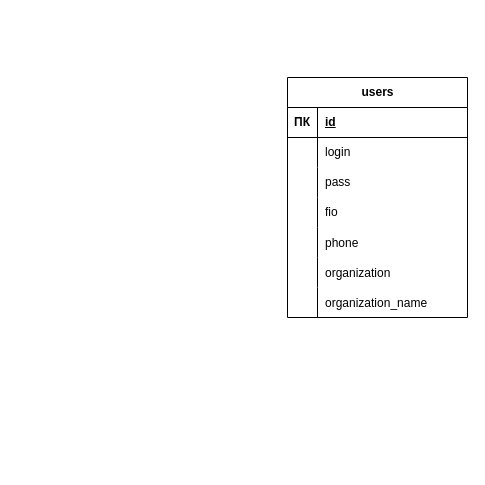
Earlier version of the draw.io diagram Диаграмма без названия.drawio (EvgenyMaksimov00700/b2bplatform). Source tidied: cells renumbered, new cells numbered last; positions are measured from the earlier drawing's top-left corner, leaving out a move shared by most shapes. Both pictures are drawn from the tidied source at 100%, with x=0, y=0 at pixel (287, 77).
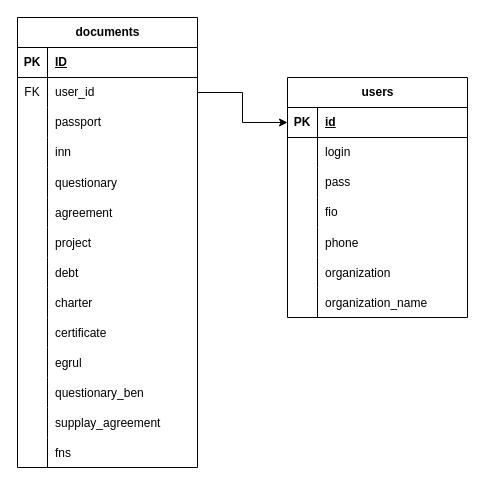
After the change.

Unchanged cells that the change refers to:
```xml
<mxCell id="3" style="shape=tableRow;horizontal=0;startSize=0;swimlaneHead=0;swimlaneBody=0;fillColor=none;points=[[0,0.5],[1,0.5]];portConstraint=eastwest;top=0;left=0;right=0;bottom=1;" parent="2" vertex="1">
  <mxGeometry y="30" width="180" height="30" as="geometry" />
</mxCell>
```

What changed in the source:
```diff
@@
-    <mxCell id="4" value="ПК" style="shape=partialRectangle;fillColor=none;top=0;left=0;bottom=0;right=0;fontStyle=1;overflow=hidden;whiteSpace=wrap;html=1;" parent="3" vertex="1">
+    <mxCell id="4" value="PK" style="shape=partialRectangle;fillColor=none;top=0;left=0;bottom=0;right=0;fontStyle=1;overflow=hidden;whiteSpace=wrap;html=1;" parent="3" vertex="1">
       <mxGeometry width="30" height="30" as="geometry" />
     </mxCell>
@@
+    <mxCell id="24" style="edgeStyle=orthogonalEdgeStyle;rounded=0;jettySize=auto;html=1;entryX=0;entryY=0.5;entryDx=0;entryDy=0;exitX=1;exitY=0.5;exitDx=0;exitDy=0;" parent="1" edge="1" source="29" target="3">
+      <mxGeometry relative="1" as="geometry" />
+    </mxCell>
+    <mxCell id="25" value="documents" style="shape=table;startSize=30;childLayout=tableLayout;rowLines=0;fontStyle=1;align=center;html=1;" parent="1" vertex="1">
+      <mxGeometry x="-270" y="-60" width="180" height="450" as="geometry" />
+    </mxCell>
+    <mxCell id="26" style="shape=tableRow;horizontal=0;startSize=0;swimlaneHead=0;swimlaneBody=0;fillColor=none;top=0;left=0;right=0;bottom=1;" parent="25" vertex="1">
+      <mxGeometry y="30" width="180" height="30" as="geometry" />
+    </mxCell>
+    <mxCell id="27" value="PK" style="shape=partialRectangle;fillColor=none;top=0;left=0;bottom=0;right=0;fontStyle=1;overflow=hidden;whiteSpace=wrap;html=1;" parent="26" vertex="1">
+      <mxGeometry width="30" height="30" as="geometry" />
+    </mxCell>
+    <mxCell id="28" value="ID" style="shape=partialRectangle;fillColor=none;top=0;left=0;bottom=0;right=0;align=left;spacingLeft=6;fontStyle=5;overflow=hidden;whiteSpace=wrap;html=1;" parent="26" vertex="1">
+      <mxGeometry x="30" width="150" height="30" as="geometry" />
+    </mxCell>
+    <mxCell id="29" style="shape=tableRow;horizontal=0;startSize=0;swimlaneHead=0;swimlaneBody=0;fillColor=none;points=[[0,0.5],[1,0.5]];portConstraint=eastwest;top=0;left=0;right=0;bottom=0;" parent="25" vertex="1">
+      <mxGeometry y="60" width="180" height="30" as="geometry" />
+    </mxCell>
+    <mxCell id="30" value="FK" style="shape=partialRectangle;fillColor=none;top=0;left=0;bottom=0;right=0;fontStyle=0;overflow=hidden;whiteSpace=wrap;html=1;" parent="29" vertex="1">
+      <mxGeometry width="30" height="30" as="geometry" />
+    </mxCell>
+    <mxCell id="31" value="user_id" style="shape=partialRectangle;fillColor=none;top=0;left=0;bottom=0;right=0;align=left;spacingLeft=6;fontStyle=0;overflow=hidden;whiteSpace=wrap;html=1;" parent="29" vertex="1">
+      <mxGeometry x="30" width="150" height="30" as="geometry" />
+    </mxCell>
+    <mxCell id="32" style="shape=tableRow;horizontal=0;startSize=0;swimlaneHead=0;swimlaneBody=0;fillColor=none;top=0;left=0;right=0;bottom=0;" parent="25" vertex="1">
+      <mxGeometry y="90" width="180" height="30" as="geometry" />
+    </mxCell>
+    <mxCell id="33" style="shape=partialRectangle;fillColor=none;top=0;left=0;bottom=0;right=0;overflow=hidden;whiteSpace=wrap;html=1;" parent="32" vertex="1">
+      <mxGeometry width="30" height="30" as="geometry" />
+    </mxCell>
+    <mxCell id="34" value="passport" style="shape=partialRectangle;fillColor=none;top=0;left=0;bottom=0;right=0;align=left;spacingLeft=6;overflow=hidden;whiteSpace=wrap;html=1;" parent="32" vertex="1">
+      <mxGeometry x="30" width="150" height="30" as="geometry" />
+    </mxCell>
+    <mxCell id="35" style="shape=tableRow;horizontal=0;startSize=0;swimlaneHead=0;swimlaneBody=0;fillColor=none;top=0;left=0;right=0;bottom=0;" parent="25" vertex="1">
+      <mxGeometry y="120" width="180" height="30" as="geometry" />
+    </mxCell>
+    <mxCell id="36" style="shape=partialRectangle;fillColor=none;top=0;left=0;bottom=0;right=0;overflow=hidden;whiteSpace=wrap;html=1;" parent="35" vertex="1">
+      <mxGeometry width="30" height="30" as="geometry" />
+    </mxCell>
+    <mxCell id="37" value="inn" style="shape=partialRectangle;fillColor=none;top=0;left=0;bottom=0;right=0;align=left;spacingLeft=6;overflow=hidden;whiteSpace=wrap;html=1;" parent="35" vertex="1">
+      <mxGeometry x="30" width="150" height="30" as="geometry" />
+    </mxCell>
+    <mxCell id="38" style="shape=tableRow;horizontal=0;startSize=0;swimlaneHead=0;swimlaneBody=0;fillColor=none;top=0;left=0;right=0;bottom=0;" parent="25" vertex="1">
+      <mxGeometry y="150" width="180" height="30" as="geometry" />
+    </mxCell>
+    <mxCell id="39" style="shape=partialRectangle;fillColor=none;top=0;left=0;bottom=0;right=0;overflow=hidden;" parent="38" vertex="1">
+      <mxGeometry width="30" height="30" as="geometry" />
+    </mxCell>
+    <mxCell id="40" value="questionary" style="shape=partialRectangle;fillColor=none;top=0;left=0;bottom=0;right=0;align=left;spacingLeft=6;overflow=hidden;" parent="38" vertex="1">
+      <mxGeometry x="30" width="150" height="30" as="geometry" />
+    </mxCell>
+    <mxCell id="41" style="shape=tableRow;horizontal=0;startSize=0;swimlaneHead=0;swimlaneBody=0;fillColor=none;top=0;left=0;right=0;bottom=0;" parent="25" vertex="1">
+      <mxGeometry y="180" width="180" height="30" as="geometry" />
+    </mxCell>
+    <mxCell id="42" style="shape=partialRectangle;fillColor=none;top=0;left=0;bottom=0;right=0;overflow=hidden;" parent="41" vertex="1">
+      <mxGeometry width="30" height="30" as="geometry" />
+    </mxCell>
+    <mxCell id="43" value="agreement" style="shape=partialRectangle;fillColor=none;top=0;left=0;bottom=0;right=0;align=left;spacingLeft=6;overflow=hidden;" parent="41" vertex="1">
+      <mxGeometry x="30" width="150" height="30" as="geometry" />
+    </mxCell>
+    <mxCell id="44" style="shape=tableRow;horizontal=0;startSize=0;swimlaneHead=0;swimlaneBody=0;fillColor=none;top=0;left=0;right=0;bottom=0;" parent="25" vertex="1">
+      <mxGeometry y="210" width="180" height="30" as="geometry" />
+    </mxCell>
+    <mxCell id="45" style="shape=partialRectangle;fillColor=none;top=0;left=0;bottom=0;right=0;overflow=hidden;" parent="44" vertex="1">
+      <mxGeometry width="30" height="30" as="geometry" />
+    </mxCell>
+    <mxCell id="46" value="project" style="shape=partialRectangle;fillColor=none;top=0;left=0;bottom=0;right=0;align=left;spacingLeft=6;overflow=hidden;" parent="44" vertex="1">
+      <mxGeometry x="30" width="150" height="30" as="geometry" />
+    </mxCell>
+    <mxCell id="47" style="shape=tableRow;horizontal=0;startSize=0;swimlaneHead=0;swimlaneBody=0;fillColor=none;top=0;left=0;right=0;bottom=0;" parent="25" vertex="1">
+      <mxGeometry y="240" width="180" height="30" as="geometry" />
+    </mxCell>
+    <mxCell id="48" style="shape=partialRectangle;fillColor=none;top=0;left=0;bottom=0;right=0;overflow=hidden;" parent="47" vertex="1">
+      <mxGeometry width="30" height="30" as="geometry" />
+    </mxCell>
+    <mxCell id="49" value="debt" style="shape=partialRectangle;fillColor=none;top=0;left=0;bottom=0;right=0;align=left;spacingLeft=6;overflow=hidden;" parent="47" vertex="1">
+      <mxGeometry x="30" width="150" height="30" as="geometry" />
+    </mxCell>
+    <mxCell id="50" style="shape=tableRow;horizontal=0;startSize=0;swimlaneHead=0;swimlaneBody=0;fillColor=none;top=0;left=0;right=0;bottom=0;" parent="25" vertex="1">
+      <mxGeometry y="270" width="180" height="30" as="geometry" />
+    </mxCell>
+    <mxCell id="51" style="shape=partialRectangle;fillColor=none;top=0;left=0;bottom=0;right=0;overflow=hidden;" parent="50" vertex="1">
+      <mxGeometry width="30" height="30" as="geometry" />
+    </mxCell>
+    <mxCell id="52" value="charter" style="shape=partialRectangle;fillColor=none;top=0;left=0;bottom=0;right=0;align=left;spacingLeft=6;overflow=hidden;" parent="50" vertex="1">
+      <mxGeometry x="30" width="150" height="30" as="geometry" />
+    </mxCell>
+    <mxCell id="53" style="shape=tableRow;horizontal=0;startSize=0;swimlaneHead=0;swimlaneBody=0;fillColor=none;top=0;left=0;right=0;bottom=0;" parent="25" vertex="1">
+      <mxGeometry y="300" width="180" height="30" as="geometry" />
+    </mxCell>
+    <mxCell id="54" style="shape=partialRectangle;fillColor=none;top=0;left=0;bottom=0;right=0;overflow=hidden;" parent="53" vertex="1">
+      <mxGeometry width="30" height="30" as="geometry" />
+    </mxCell>
+    <mxCell id="55" value="certificate " style="shape=partialRectangle;fillColor=none;top=0;left=0;bottom=0;right=0;align=left;spacingLeft=6;overflow=hidden;" parent="53" vertex="1">
+      <mxGeometry x="30" width="150" height="30" as="geometry" />
+    </mxCell>
+    <mxCell id="56" style="shape=tableRow;horizontal=0;startSize=0;swimlaneHead=0;swimlaneBody=0;fillColor=none;top=0;left=0;right=0;bottom=0;" parent="25" vertex="1">
+      <mxGeometry y="330" width="180" height="30" as="geometry" />
+    </mxCell>
+    <mxCell id="57" style="shape=partialRectangle;fillColor=none;top=0;left=0;bottom=0;right=0;overflow=hidden;" parent="56" vertex="1">
+      <mxGeometry width="30" height="30" as="geometry" />
+    </mxCell>
+    <mxCell id="58" value="egrul" style="shape=partialRectangle;fillColor=none;top=0;left=0;bottom=0;right=0;align=left;spacingLeft=6;overflow=hidden;" parent="56" vertex="1">
+      <mxGeometry x="30" width="150" height="30" as="geometry" />
+    </mxCell>
+    <mxCell id="59" style="shape=tableRow;horizontal=0;startSize=0;swimlaneHead=0;swimlaneBody=0;fillColor=none;top=0;left=0;right=0;bottom=0;" parent="25" vertex="1">
+      <mxGeometry y="360" width="180" height="30" as="geometry" />
+    </mxCell>
+    <mxCell id="60" style="shape=partialRectangle;fillColor=none;top=0;left=0;bottom=0;right=0;overflow=hidden;" parent="59" vertex="1">
+      <mxGeometry width="30" height="30" as="geometry" />
+    </mxCell>
+    <mxCell id="61" value="questionary_ben" style="shape=partialRectangle;fillColor=none;top=0;left=0;bottom=0;right=0;align=left;spacingLeft=6;overflow=hidden;" parent="59" vertex="1">
+      <mxGeometry x="30" width="150" height="30" as="geometry" />
+    </mxCell>
+    <mxCell id="62" style="shape=tableRow;horizontal=0;startSize=0;swimlaneHead=0;swimlaneBody=0;fillColor=none;top=0;left=0;right=0;bottom=0;" parent="25" vertex="1">
+      <mxGeometry y="390" width="180" height="30" as="geometry" />
+    </mxCell>
+    <mxCell id="63" style="shape=partialRectangle;fillColor=none;top=0;left=0;bottom=0;right=0;overflow=hidden;" parent="62" vertex="1">
+      <mxGeometry width="30" height="30" as="geometry" />
+    </mxCell>
+    <mxCell id="64" value="supplay_agreement" style="shape=partialRectangle;fillColor=none;top=0;left=0;bottom=0;right=0;align=left;spacingLeft=6;overflow=hidden;" parent="62" vertex="1">
+      <mxGeometry x="30" width="150" height="30" as="geometry" />
+    </mxCell>
+    <mxCell id="65" style="shape=tableRow;horizontal=0;startSize=0;swimlaneHead=0;swimlaneBody=0;fillColor=none;top=0;left=0;right=0;bottom=0;" parent="25" vertex="1">
+      <mxGeometry y="420" width="180" height="30" as="geometry" />
+    </mxCell>
+    <mxCell id="66" style="shape=partialRectangle;fillColor=none;top=0;left=0;bottom=0;right=0;overflow=hidden;" parent="65" vertex="1">
+      <mxGeometry width="30" height="30" as="geometry" />
+    </mxCell>
+    <mxCell id="67" value="fns" style="shape=partialRectangle;fillColor=none;top=0;left=0;bottom=0;right=0;align=left;spacingLeft=6;overflow=hidden;" parent="65" vertex="1">
+      <mxGeometry x="30" width="150" height="30" as="geometry" />
+    </mxCell>
```
